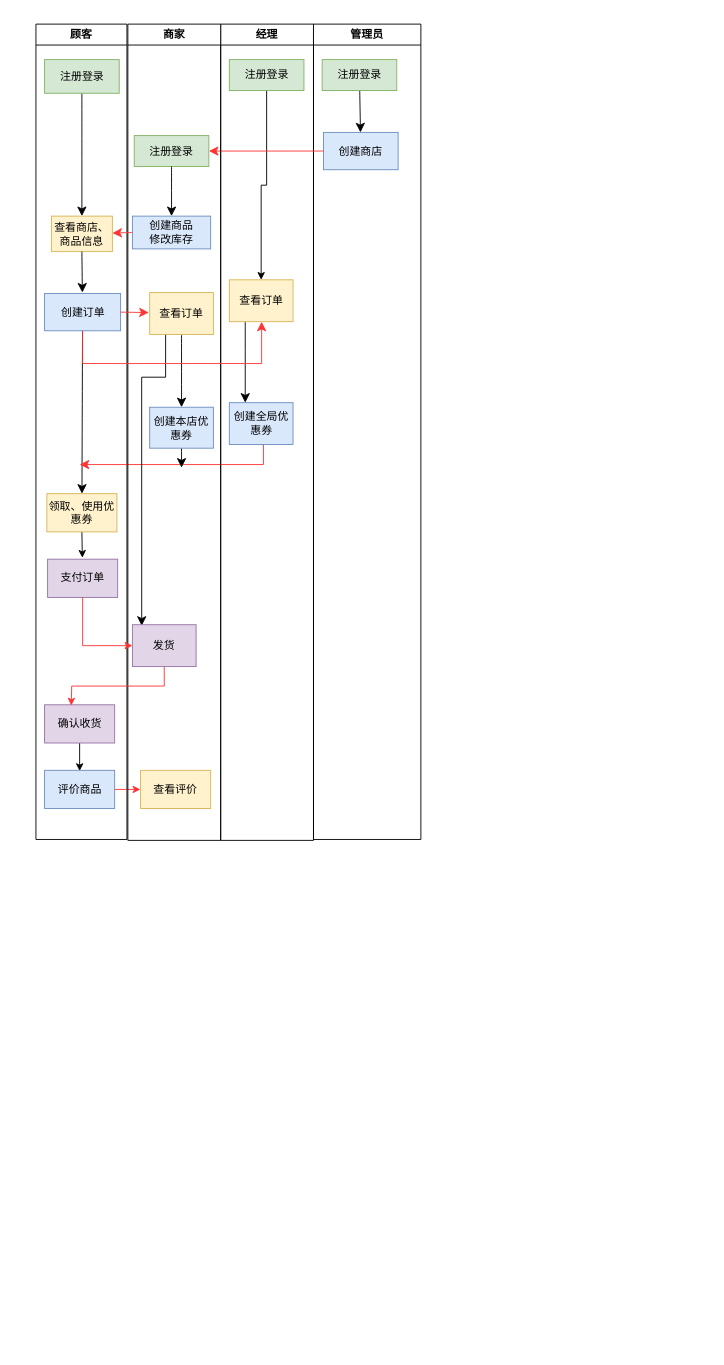
Above: hm.drawio in 2458469953/SE2_picture (draw.io), before the change. Source tidied: cells renumbered, new cells numbered last; positions are measured from the earlier drawing's top-left corner, leaving out a move shared by most shapes. Both pictures are drawn from the tidied source at 91%, with x=0, y=0 at pixel (35, 24).
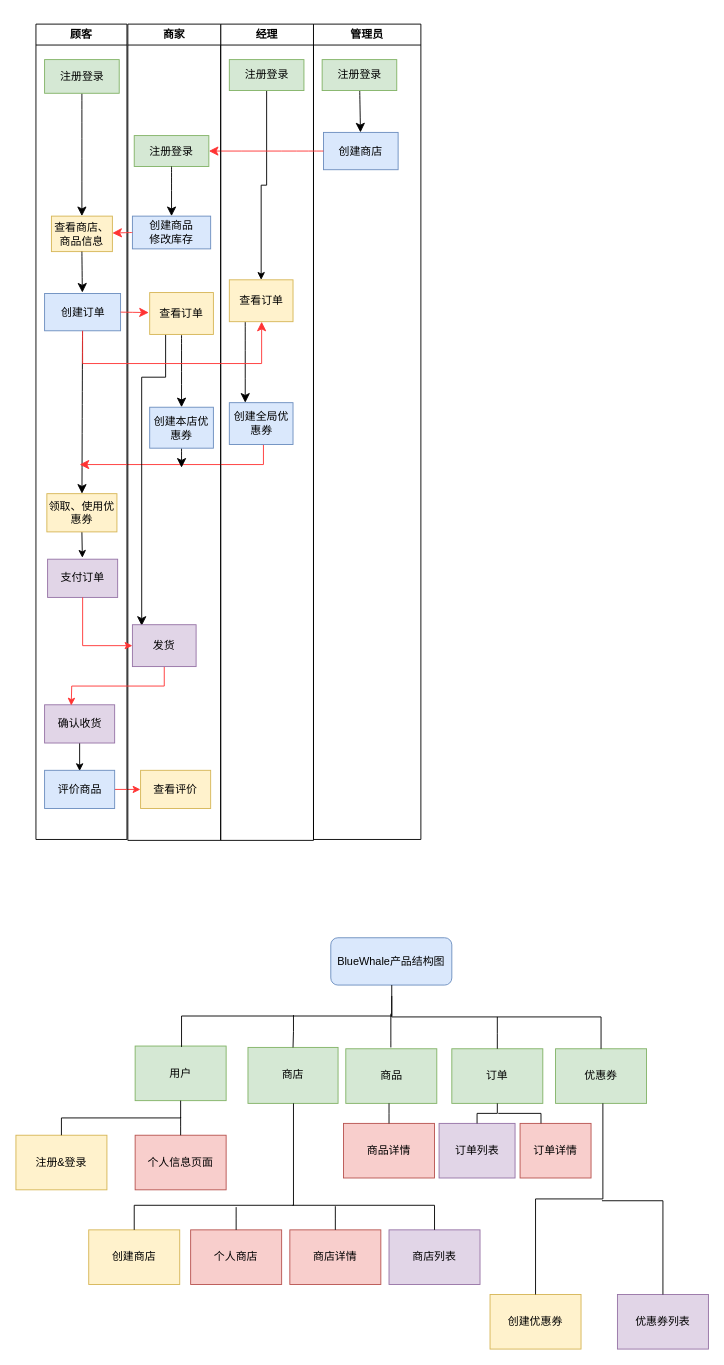
Above is the later version.

Change to the diagram source:
```diff
@@
+    <mxCell id="45" value="BlueWhale产品结构图" style="rounded=1;whiteSpace=wrap;html=1;fillColor=#dae8fc;strokeColor=#6c8ebf;" parent="1" vertex="1">
+      <mxGeometry x="324" y="1004" width="133" height="52" as="geometry" />
+    </mxCell>
+    <mxCell id="46" value="优惠券" style="whiteSpace=wrap;html=1;align=center;verticalAlign=middle;newEdgeStyle={&quot;edgeStyle&quot;:&quot;elbowEdgeStyle&quot;,&quot;startArrow&quot;:&quot;none&quot;,&quot;endArrow&quot;:&quot;none&quot;};fillColor=#d5e8d4;strokeColor=#82b366;" parent="1" vertex="1">
+      <mxGeometry x="571" y="1126" width="100" height="60" as="geometry" />
+    </mxCell>
+    <mxCell id="47" style="edgeStyle=elbowEdgeStyle;elbow=vertical;sourcePerimeterSpacing=0;targetPerimeterSpacing=0;startArrow=none;endArrow=none;rounded=0;curved=0;" parent="1" edge="1" target="46">
+      <mxGeometry relative="1" as="geometry">
+        <mxPoint x="391" y="1056" as="sourcePoint" />
+      </mxGeometry>
+    </mxCell>
+    <mxCell id="48" value="订单" style="whiteSpace=wrap;html=1;align=center;verticalAlign=middle;newEdgeStyle={&quot;edgeStyle&quot;:&quot;elbowEdgeStyle&quot;,&quot;startArrow&quot;:&quot;none&quot;,&quot;endArrow&quot;:&quot;none&quot;};fillColor=#d5e8d4;strokeColor=#82b366;" parent="1" vertex="1">
+      <mxGeometry x="457" y="1126" width="100" height="60" as="geometry" />
+    </mxCell>
+    <mxCell id="49" style="edgeStyle=elbowEdgeStyle;elbow=vertical;sourcePerimeterSpacing=0;targetPerimeterSpacing=0;startArrow=none;endArrow=none;rounded=0;curved=0;" parent="1" edge="1" target="48">
+      <mxGeometry relative="1" as="geometry">
+        <mxPoint x="507" y="1091" as="sourcePoint" />
+      </mxGeometry>
+    </mxCell>
+    <mxCell id="50" value="用户" style="whiteSpace=wrap;html=1;align=center;verticalAlign=middle;newEdgeStyle={&quot;edgeStyle&quot;:&quot;elbowEdgeStyle&quot;,&quot;startArrow&quot;:&quot;none&quot;,&quot;endArrow&quot;:&quot;none&quot;};fillColor=#d5e8d4;strokeColor=#82b366;" parent="1" vertex="1">
+      <mxGeometry x="109" y="1123" width="100" height="60" as="geometry" />
+    </mxCell>
+    <mxCell id="51" style="edgeStyle=elbowEdgeStyle;elbow=vertical;sourcePerimeterSpacing=0;targetPerimeterSpacing=0;startArrow=none;endArrow=none;rounded=0;curved=0;" parent="1" edge="1">
+      <mxGeometry relative="1" as="geometry">
+        <mxPoint x="391" y="1068" as="sourcePoint" />
+        <mxPoint x="160" y="1124" as="targetPoint" />
+        <Array as="points">
+          <mxPoint x="277" y="1090" />
+        </Array>
+      </mxGeometry>
+    </mxCell>
+    <mxCell id="52" value="商店" style="whiteSpace=wrap;html=1;align=center;verticalAlign=middle;newEdgeStyle={&quot;edgeStyle&quot;:&quot;elbowEdgeStyle&quot;,&quot;startArrow&quot;:&quot;none&quot;,&quot;endArrow&quot;:&quot;none&quot;};fillColor=#d5e8d4;strokeColor=#82b366;" parent="1" vertex="1">
+      <mxGeometry x="233" y="1124.5" width="99" height="61.5" as="geometry" />
+    </mxCell>
+    <mxCell id="53" style="edgeStyle=elbowEdgeStyle;elbow=vertical;sourcePerimeterSpacing=0;targetPerimeterSpacing=0;startArrow=none;endArrow=none;rounded=0;curved=0;" parent="1" edge="1" target="52">
+      <mxGeometry relative="1" as="geometry">
+        <mxPoint x="283" y="1089" as="sourcePoint" />
+      </mxGeometry>
+    </mxCell>
+    <mxCell id="54" value="商品" style="whiteSpace=wrap;html=1;align=center;verticalAlign=middle;newEdgeStyle={&quot;edgeStyle&quot;:&quot;elbowEdgeStyle&quot;,&quot;startArrow&quot;:&quot;none&quot;,&quot;endArrow&quot;:&quot;none&quot;};fillColor=#d5e8d4;strokeColor=#82b366;" parent="1" vertex="1">
+      <mxGeometry x="340.5" y="1126" width="100" height="60" as="geometry" />
+    </mxCell>
+    <mxCell id="55" style="edgeStyle=elbowEdgeStyle;elbow=vertical;sourcePerimeterSpacing=0;targetPerimeterSpacing=0;startArrow=none;endArrow=none;rounded=0;curved=0;" parent="1" edge="1">
+      <mxGeometry relative="1" as="geometry">
+        <mxPoint x="390" y="1087.5" as="sourcePoint" />
+        <mxPoint x="390" y="1124.5" as="targetPoint" />
+        <Array as="points">
+          <mxPoint x="390" y="1116.5" />
+        </Array>
+      </mxGeometry>
+    </mxCell>
+    <mxCell id="56" value="注册&amp;amp;登录" style="whiteSpace=wrap;html=1;align=center;verticalAlign=middle;newEdgeStyle={&quot;edgeStyle&quot;:&quot;elbowEdgeStyle&quot;,&quot;startArrow&quot;:&quot;none&quot;,&quot;endArrow&quot;:&quot;none&quot;};fillColor=#fff2cc;strokeColor=#d6b656;" parent="1" vertex="1">
+      <mxGeometry x="-22" y="1221" width="100" height="60" as="geometry" />
+    </mxCell>
+    <mxCell id="57" style="edgeStyle=elbowEdgeStyle;elbow=vertical;sourcePerimeterSpacing=0;targetPerimeterSpacing=0;startArrow=none;endArrow=none;rounded=0;curved=0;" parent="1" edge="1" target="56">
+      <mxGeometry relative="1" as="geometry">
+        <mxPoint x="159" y="1183" as="sourcePoint" />
+      </mxGeometry>
+    </mxCell>
+    <mxCell id="58" value="个人信息页面" style="whiteSpace=wrap;html=1;align=center;verticalAlign=middle;newEdgeStyle={&quot;edgeStyle&quot;:&quot;elbowEdgeStyle&quot;,&quot;startArrow&quot;:&quot;none&quot;,&quot;endArrow&quot;:&quot;none&quot;};fillColor=#f8cecc;strokeColor=#b85450;" parent="1" vertex="1">
+      <mxGeometry x="109" y="1221" width="100" height="60" as="geometry" />
+    </mxCell>
+    <mxCell id="59" style="edgeStyle=elbowEdgeStyle;elbow=vertical;sourcePerimeterSpacing=0;targetPerimeterSpacing=0;startArrow=none;endArrow=none;rounded=0;curved=0;" parent="1" edge="1" target="58">
+      <mxGeometry relative="1" as="geometry">
+        <mxPoint x="159" y="1201" as="sourcePoint" />
+      </mxGeometry>
+    </mxCell>
+    <mxCell id="60" value="创建商店" style="whiteSpace=wrap;html=1;align=center;verticalAlign=middle;newEdgeStyle={&quot;edgeStyle&quot;:&quot;elbowEdgeStyle&quot;,&quot;startArrow&quot;:&quot;none&quot;,&quot;endArrow&quot;:&quot;none&quot;};fillColor=#fff2cc;strokeColor=#d6b656;" parent="1" vertex="1">
+      <mxGeometry x="58" y="1325" width="100" height="60" as="geometry" />
+    </mxCell>
+    <mxCell id="61" style="edgeStyle=elbowEdgeStyle;elbow=vertical;sourcePerimeterSpacing=0;targetPerimeterSpacing=0;startArrow=none;endArrow=none;rounded=0;curved=0;" parent="1" edge="1" target="60">
+      <mxGeometry relative="1" as="geometry">
+        <mxPoint x="283" y="1186" as="sourcePoint" />
+        <Array as="points">
+          <mxPoint x="223" y="1298" />
+        </Array>
+      </mxGeometry>
+    </mxCell>
+    <mxCell id="62" value="个人商店" style="whiteSpace=wrap;html=1;align=center;verticalAlign=middle;newEdgeStyle={&quot;edgeStyle&quot;:&quot;elbowEdgeStyle&quot;,&quot;startArrow&quot;:&quot;none&quot;,&quot;endArrow&quot;:&quot;none&quot;};fillColor=#f8cecc;strokeColor=#b85450;" parent="1" vertex="1">
+      <mxGeometry x="170" y="1325" width="100" height="60" as="geometry" />
+    </mxCell>
+    <mxCell id="63" style="edgeStyle=elbowEdgeStyle;elbow=vertical;sourcePerimeterSpacing=0;targetPerimeterSpacing=0;startArrow=none;endArrow=none;rounded=0;curved=0;" parent="1" edge="1" target="62">
+      <mxGeometry relative="1" as="geometry">
+        <mxPoint x="220" y="1300" as="sourcePoint" />
+      </mxGeometry>
+    </mxCell>
+    <mxCell id="64" value="商店列表" style="whiteSpace=wrap;html=1;align=center;verticalAlign=middle;newEdgeStyle={&quot;edgeStyle&quot;:&quot;elbowEdgeStyle&quot;,&quot;startArrow&quot;:&quot;none&quot;,&quot;endArrow&quot;:&quot;none&quot;};fillColor=#e1d5e7;strokeColor=#9673a6;" parent="1" vertex="1">
+      <mxGeometry x="388" y="1325" width="100" height="60" as="geometry" />
+    </mxCell>
+    <mxCell id="65" style="edgeStyle=elbowEdgeStyle;elbow=vertical;sourcePerimeterSpacing=0;targetPerimeterSpacing=0;startArrow=none;endArrow=none;rounded=0;curved=0;" parent="1" edge="1" target="64">
+      <mxGeometry relative="1" as="geometry">
+        <mxPoint x="282" y="1298" as="sourcePoint" />
+        <Array as="points">
+          <mxPoint x="350" y="1298" />
+        </Array>
+      </mxGeometry>
+    </mxCell>
+    <mxCell id="66" value="商店详情" style="whiteSpace=wrap;html=1;align=center;verticalAlign=middle;newEdgeStyle={&quot;edgeStyle&quot;:&quot;elbowEdgeStyle&quot;,&quot;startArrow&quot;:&quot;none&quot;,&quot;endArrow&quot;:&quot;none&quot;};fillColor=#f8cecc;strokeColor=#b85450;" parent="1" vertex="1">
+      <mxGeometry x="279" y="1325" width="100" height="60" as="geometry" />
+    </mxCell>
+    <mxCell id="67" style="edgeStyle=elbowEdgeStyle;elbow=vertical;sourcePerimeterSpacing=0;targetPerimeterSpacing=0;startArrow=none;endArrow=none;rounded=0;curved=0;" parent="1" edge="1" target="66">
+      <mxGeometry relative="1" as="geometry">
+        <mxPoint x="329" y="1299" as="sourcePoint" />
+      </mxGeometry>
+    </mxCell>
+    <mxCell id="68" value="商品详情" style="whiteSpace=wrap;html=1;align=center;verticalAlign=middle;newEdgeStyle={&quot;edgeStyle&quot;:&quot;elbowEdgeStyle&quot;,&quot;startArrow&quot;:&quot;none&quot;,&quot;endArrow&quot;:&quot;none&quot;};fillColor=#f8cecc;strokeColor=#b85450;" parent="1" vertex="1">
+      <mxGeometry x="338" y="1208" width="100" height="60" as="geometry" />
+    </mxCell>
+    <mxCell id="69" style="edgeStyle=elbowEdgeStyle;elbow=vertical;sourcePerimeterSpacing=0;targetPerimeterSpacing=0;startArrow=none;endArrow=none;rounded=0;curved=0;" parent="1" edge="1" target="68">
+      <mxGeometry relative="1" as="geometry">
+        <mxPoint x="388" y="1186" as="sourcePoint" />
+      </mxGeometry>
+    </mxCell>
+    <mxCell id="70" value="订单列表" style="whiteSpace=wrap;html=1;align=center;verticalAlign=middle;newEdgeStyle={&quot;edgeStyle&quot;:&quot;elbowEdgeStyle&quot;,&quot;startArrow&quot;:&quot;none&quot;,&quot;endArrow&quot;:&quot;none&quot;};fillColor=#e1d5e7;strokeColor=#9673a6;" parent="1" vertex="1">
+      <mxGeometry x="443" y="1208" width="83.5" height="60" as="geometry" />
+    </mxCell>
+    <mxCell id="71" style="edgeStyle=elbowEdgeStyle;elbow=vertical;sourcePerimeterSpacing=0;targetPerimeterSpacing=0;startArrow=none;endArrow=none;rounded=0;curved=0;" parent="1" edge="1" target="70">
+      <mxGeometry relative="1" as="geometry">
+        <mxPoint x="507" y="1186" as="sourcePoint" />
+      </mxGeometry>
+    </mxCell>
+    <mxCell id="72" value="订单详情" style="whiteSpace=wrap;html=1;align=center;verticalAlign=middle;newEdgeStyle={&quot;edgeStyle&quot;:&quot;elbowEdgeStyle&quot;,&quot;startArrow&quot;:&quot;none&quot;,&quot;endArrow&quot;:&quot;none&quot;};fillColor=#f8cecc;strokeColor=#b85450;" parent="1" vertex="1">
+      <mxGeometry x="532" y="1208" width="78" height="60" as="geometry" />
+    </mxCell>
+    <mxCell id="73" style="edgeStyle=elbowEdgeStyle;elbow=vertical;sourcePerimeterSpacing=0;targetPerimeterSpacing=0;startArrow=none;endArrow=none;rounded=0;curved=0;" parent="1" edge="1" target="72">
+      <mxGeometry relative="1" as="geometry">
+        <mxPoint x="508" y="1197" as="sourcePoint" />
+        <Array as="points">
+          <mxPoint x="555" y="1197" />
+        </Array>
+      </mxGeometry>
+    </mxCell>
+    <mxCell id="74" value="创建优惠券" style="whiteSpace=wrap;html=1;align=center;verticalAlign=middle;newEdgeStyle={&quot;edgeStyle&quot;:&quot;elbowEdgeStyle&quot;,&quot;startArrow&quot;:&quot;none&quot;,&quot;endArrow&quot;:&quot;none&quot;};fillColor=#fff2cc;strokeColor=#d6b656;" parent="1" vertex="1">
+      <mxGeometry x="499" y="1396" width="100" height="60" as="geometry" />
+    </mxCell>
+    <mxCell id="75" style="edgeStyle=elbowEdgeStyle;elbow=vertical;sourcePerimeterSpacing=0;targetPerimeterSpacing=0;startArrow=none;endArrow=none;rounded=0;curved=0;" parent="1" edge="1" target="74">
+      <mxGeometry relative="1" as="geometry">
+        <mxPoint x="623" y="1186" as="sourcePoint" />
+      </mxGeometry>
+    </mxCell>
+    <mxCell id="76" value="优惠券列表" style="whiteSpace=wrap;html=1;align=center;verticalAlign=middle;newEdgeStyle={&quot;edgeStyle&quot;:&quot;elbowEdgeStyle&quot;,&quot;startArrow&quot;:&quot;none&quot;,&quot;endArrow&quot;:&quot;none&quot;};fillColor=#e1d5e7;strokeColor=#9673a6;" parent="1" vertex="1">
+      <mxGeometry x="639" y="1396" width="100" height="60" as="geometry" />
+    </mxCell>
+    <mxCell id="77" style="edgeStyle=elbowEdgeStyle;elbow=vertical;sourcePerimeterSpacing=0;targetPerimeterSpacing=0;startArrow=none;endArrow=none;rounded=0;curved=0;entryX=0.5;entryY=0;entryDx=0;entryDy=0;" parent="1" edge="1" target="76">
+      <mxGeometry relative="1" as="geometry">
+        <mxPoint x="622" y="1293" as="sourcePoint" />
+        <Array as="points">
+          <mxPoint x="669" y="1293" />
+        </Array>
+      </mxGeometry>
+    </mxCell>
```
